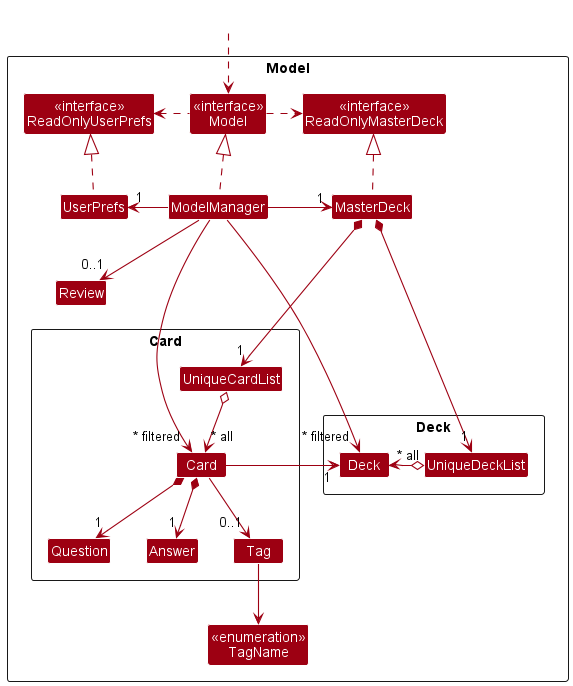
Before: docs/images/ModelClassDiagram.png, a diagram exported from PlantUML (nus-cs2103-AY2223S2/tp).
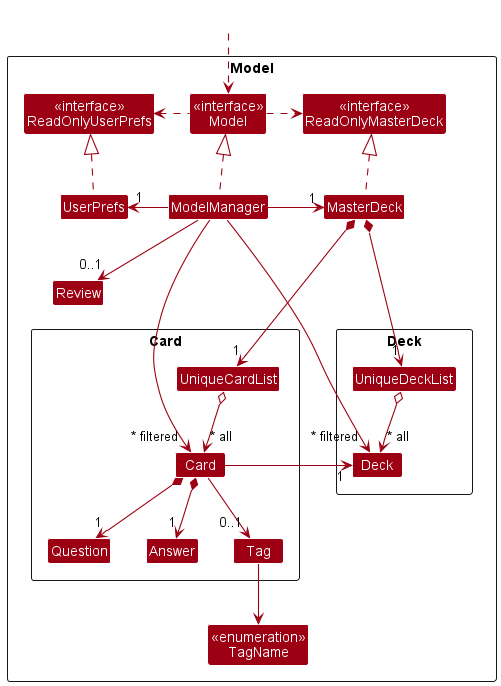
After the change.

Commit message:
Update Class Diagram of Model

Diff of the diagram source:
```diff
@@ -51,11 +51,11 @@
 ModelManager -r-> "1" MasterDeck
 ModelManager -down-> "0..1" Review
 
-MasterDeck *--> "1" UniqueDeckList
+MasterDeck *---> "1" UniqueDeckList
 MasterDeck *---> "1" UniqueCardList
 
 UniqueCardList o--> "~* all" Card
-UniqueDeckList o-l-> "~* all" Deck
+UniqueDeckList o--> "~* all" Deck
 
 Card *--> "1" Question
 Card *--> "1" Answer
```
